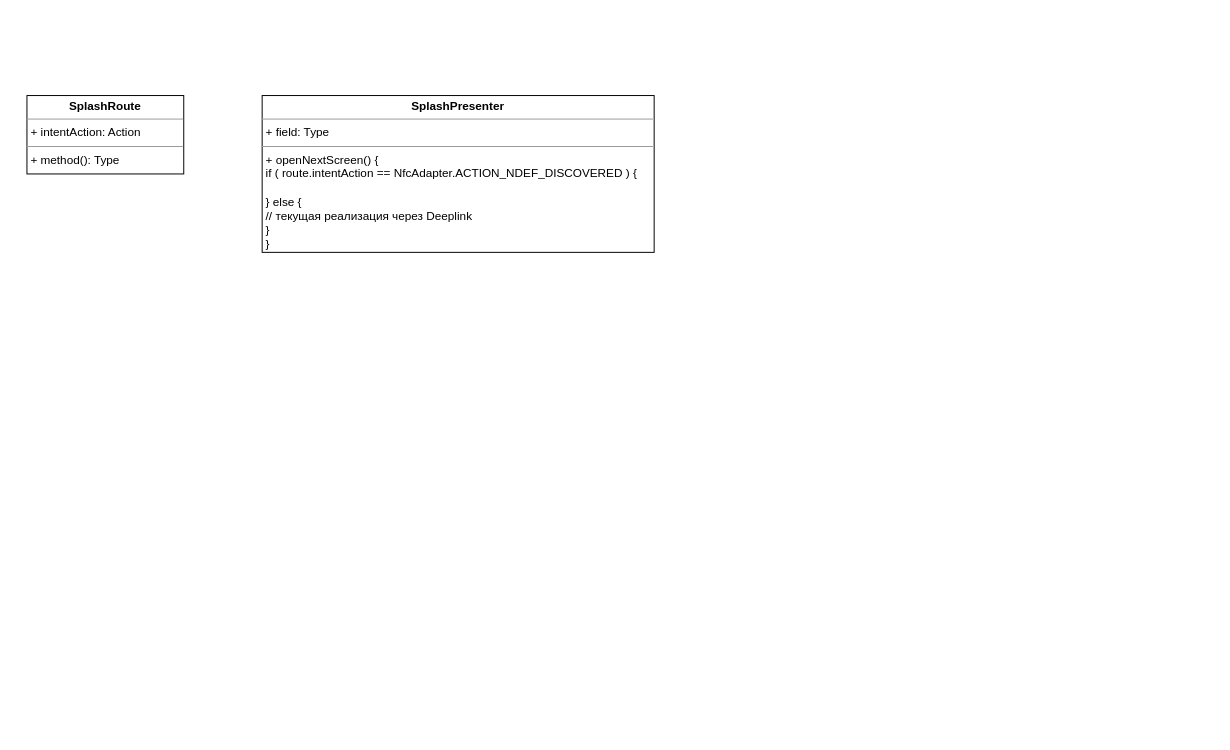
ShiryaevNikolay/diagrams keeps this draw.io diagram as feature/c2b_nfc.drawio. Above is the earlier version. Source tidied: cells renumbered, new cells numbered last; positions are measured from the earlier drawing's top-left corner, leaving out a move shared by most shapes. Both pictures are drawn from the tidied source at 98%, with x=0, y=0 at pixel (26, 95).
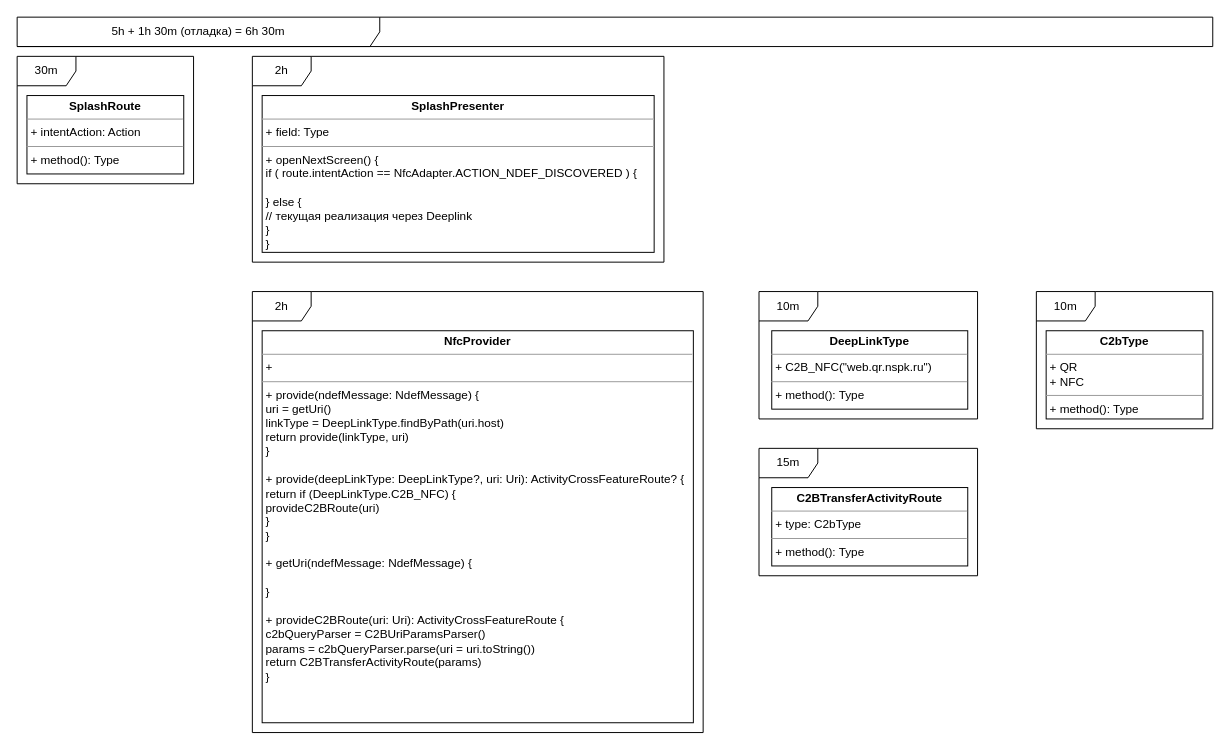
The same diagram, later.

The edit, as a diff of the source:
```diff
@@
 <mxGraphModel>
   <root>
     <mxCell id="0" />
     <mxCell id="1" parent="0" />
     <mxCell id="2" value="&lt;p style=&quot;margin:0px;margin-top:4px;text-align:center;&quot;&gt;&lt;b&gt;SplashRoute&lt;/b&gt;&lt;/p&gt;&lt;hr size=&quot;1&quot;&gt;&lt;p style=&quot;margin:0px;margin-left:4px;&quot;&gt;+ intentAction: Action&lt;br&gt;&lt;/p&gt;&lt;hr size=&quot;1&quot;&gt;&lt;p style=&quot;margin:0px;margin-left:4px;&quot;&gt;+ method(): Type&lt;/p&gt;" style="verticalAlign=top;align=left;overflow=fill;fontSize=12;fontFamily=Helvetica;html=1;" parent="1" vertex="1">
       <mxGeometry width="160" height="80" as="geometry" />
     </mxCell>
     <mxCell id="3" value="&lt;p style=&quot;margin:0px;margin-top:4px;text-align:center;&quot;&gt;&lt;b&gt;SplashPresenter&lt;/b&gt;&lt;/p&gt;&lt;hr size=&quot;1&quot;&gt;&lt;p style=&quot;margin:0px;margin-left:4px;&quot;&gt;+ field: Type&lt;/p&gt;&lt;hr size=&quot;1&quot;&gt;&lt;p style=&quot;margin:0px;margin-left:4px;&quot;&gt;+ openNextScreen() {&lt;/p&gt;&lt;p style=&quot;margin:0px;margin-left:4px;&quot;&gt;if ( route.intentAction == NfcAdapter.ACTION_NDEF_DISCOVERED ) {&lt;/p&gt;&lt;p style=&quot;margin:0px;margin-left:4px;&quot;&gt;&lt;br&gt;&lt;/p&gt;&lt;p style=&quot;margin:0px;margin-left:4px;&quot;&gt;} else { &lt;br&gt;&lt;/p&gt;&lt;p style=&quot;margin:0px;margin-left:4px;&quot;&gt;// текущая реализация через Deeplink&lt;br&gt;&lt;/p&gt;&lt;p style=&quot;margin:0px;margin-left:4px;&quot;&gt;}&lt;br&gt;&lt;/p&gt;&lt;p style=&quot;margin:0px;margin-left:4px;&quot;&gt;}&lt;br&gt;&lt;/p&gt;" style="verticalAlign=top;align=left;overflow=fill;fontSize=12;fontFamily=Helvetica;html=1;" parent="1" vertex="1">
       <mxGeometry x="240" width="400" height="160" as="geometry" />
     </mxCell>
+    <mxCell id="4" value="&lt;p style=&quot;margin:0px;margin-top:4px;text-align:center;&quot;&gt;&lt;b&gt;NfcProvider&lt;/b&gt;&lt;/p&gt;&lt;hr size=&quot;1&quot;&gt;&lt;p style=&quot;margin:0px;margin-left:4px;&quot;&gt;+ &lt;br&gt;&lt;/p&gt;&lt;hr size=&quot;1&quot;&gt;&lt;p style=&quot;margin:0px;margin-left:4px;&quot;&gt;+ provide(ndefMessage: NdefMessage) {&lt;/p&gt;&lt;p style=&quot;margin:0px;margin-left:4px;&quot;&gt;uri = getUri()&lt;br&gt;&lt;/p&gt;&lt;p style=&quot;margin:0px;margin-left:4px;&quot;&gt;linkType = DeepLinkType.findByPath(uri.host)&lt;/p&gt;&lt;p style=&quot;margin:0px;margin-left:4px;&quot;&gt;return provide(linkType, uri)&lt;br&gt;&lt;/p&gt;&lt;p style=&quot;margin:0px;margin-left:4px;&quot;&gt;}&lt;/p&gt;&lt;p style=&quot;margin:0px;margin-left:4px;&quot;&gt;&lt;br&gt;&lt;/p&gt;&lt;p style=&quot;margin:0px;margin-left:4px;&quot;&gt;+ provide(deepLinkType: DeepLinkType?, uri: Uri): ActivityCrossFeatureRoute? {&lt;/p&gt;&lt;p style=&quot;margin:0px;margin-left:4px;&quot;&gt;return if (DeepLinkType.C2B_NFC) {&lt;/p&gt;&lt;p style=&quot;margin:0px;margin-left:4px;&quot;&gt;provideC2BRoute(uri)&lt;/p&gt;&lt;p style=&quot;margin:0px;margin-left:4px;&quot;&gt;}&lt;br&gt;&lt;/p&gt;&lt;p style=&quot;margin:0px;margin-left:4px;&quot;&gt;}&lt;br&gt;&lt;/p&gt;&lt;p style=&quot;margin:0px;margin-left:4px;&quot;&gt;&lt;br&gt;&lt;/p&gt;&lt;p style=&quot;margin:0px;margin-left:4px;&quot;&gt;+ getUri(ndefMessage: NdefMessage) {&lt;/p&gt;&lt;p style=&quot;margin:0px;margin-left:4px;&quot;&gt;&lt;br&gt;&lt;/p&gt;&lt;p style=&quot;margin:0px;margin-left:4px;&quot;&gt;}&lt;/p&gt;&lt;p style=&quot;margin:0px;margin-left:4px;&quot;&gt;&lt;br&gt;&lt;/p&gt;&lt;p style=&quot;margin:0px;margin-left:4px;&quot;&gt;+ provideC2BRoute(uri: Uri): ActivityCrossFeatureRoute {&lt;/p&gt;&lt;p style=&quot;margin:0px;margin-left:4px;&quot;&gt;c2bQueryParser = C2BUriParamsParser()&lt;/p&gt;&lt;p style=&quot;margin:0px;margin-left:4px;&quot;&gt;params = c2bQueryParser.parse(uri = uri.toString())&lt;/p&gt;&lt;p style=&quot;margin:0px;margin-left:4px;&quot;&gt;return C2BTransferActivityRoute(params)&lt;br&gt;&lt;/p&gt;&lt;p style=&quot;margin:0px;margin-left:4px;&quot;&gt;}&lt;br&gt;&lt;/p&gt;" style="verticalAlign=top;align=left;overflow=fill;fontSize=12;fontFamily=Helvetica;html=1;" parent="1" vertex="1">
+      <mxGeometry x="240" y="240" width="440" height="400" as="geometry" />
+    </mxCell>
+    <mxCell id="5" value="&lt;p style=&quot;margin:0px;margin-top:4px;text-align:center;&quot;&gt;&lt;b&gt;DeepLinkType&lt;/b&gt;&lt;/p&gt;&lt;hr size=&quot;1&quot;&gt;&lt;p style=&quot;margin:0px;margin-left:4px;&quot;&gt;+ C2B_NFC(&quot;web.qr.nspk.ru&quot;)&lt;/p&gt;&lt;hr size=&quot;1&quot;&gt;&lt;p style=&quot;margin:0px;margin-left:4px;&quot;&gt;+ method(): Type&lt;/p&gt;" style="verticalAlign=top;align=left;overflow=fill;fontSize=12;fontFamily=Helvetica;html=1;" parent="1" vertex="1">
+      <mxGeometry x="760" y="240" width="200" height="80" as="geometry" />
+    </mxCell>
+    <mxCell id="6" value="&lt;p style=&quot;margin:0px;margin-top:4px;text-align:center;&quot;&gt;&lt;b&gt;C2BTransferActivityRoute&lt;/b&gt;&lt;/p&gt;&lt;hr size=&quot;1&quot;&gt;&lt;p style=&quot;margin:0px;margin-left:4px;&quot;&gt;+ type: C2bType&lt;br&gt;&lt;/p&gt;&lt;hr size=&quot;1&quot;&gt;&lt;p style=&quot;margin:0px;margin-left:4px;&quot;&gt;+ method(): Type&lt;/p&gt;" style="verticalAlign=top;align=left;overflow=fill;fontSize=12;fontFamily=Helvetica;html=1;" parent="1" vertex="1">
+      <mxGeometry x="760" y="400" width="200" height="80" as="geometry" />
+    </mxCell>
+    <mxCell id="7" value="&lt;p style=&quot;margin:0px;margin-top:4px;text-align:center;&quot;&gt;&lt;b&gt;C2bType&lt;/b&gt;&lt;br&gt;&lt;/p&gt;&lt;hr size=&quot;1&quot;&gt;&lt;p style=&quot;margin:0px;margin-left:4px;&quot;&gt;+ QR&lt;/p&gt;&lt;p style=&quot;margin:0px;margin-left:4px;&quot;&gt;+ NFC&lt;br&gt;&lt;/p&gt;&lt;hr size=&quot;1&quot;&gt;&lt;p style=&quot;margin:0px;margin-left:4px;&quot;&gt;+ method(): Type&lt;/p&gt;" style="verticalAlign=top;align=left;overflow=fill;fontSize=12;fontFamily=Helvetica;html=1;" parent="1" vertex="1">
+      <mxGeometry x="1040" y="240" width="160" height="90" as="geometry" />
+    </mxCell>
+    <mxCell id="8" value="30m" style="shape=umlFrame;whiteSpace=wrap;html=1;" parent="1" vertex="1">
+      <mxGeometry x="-10" y="-40" width="180" height="130" as="geometry" />
+    </mxCell>
+    <mxCell id="9" value="2h" style="shape=umlFrame;whiteSpace=wrap;html=1;" parent="1" vertex="1">
+      <mxGeometry x="230" y="-40" width="420" height="210" as="geometry" />
+    </mxCell>
+    <mxCell id="10" value="2h" style="shape=umlFrame;whiteSpace=wrap;html=1;" parent="1" vertex="1">
+      <mxGeometry x="230" y="200" width="460" height="450" as="geometry" />
+    </mxCell>
+    <mxCell id="11" value="10m" style="shape=umlFrame;whiteSpace=wrap;html=1;" parent="1" vertex="1">
+      <mxGeometry x="747" y="200" width="223" height="130" as="geometry" />
+    </mxCell>
+    <mxCell id="12" value="10m" style="shape=umlFrame;whiteSpace=wrap;html=1;" parent="1" vertex="1">
+      <mxGeometry x="1030" y="200" width="180" height="140" as="geometry" />
+    </mxCell>
+    <mxCell id="13" value="15m" style="shape=umlFrame;whiteSpace=wrap;html=1;" parent="1" vertex="1">
+      <mxGeometry x="747" y="360" width="223" height="130" as="geometry" />
+    </mxCell>
+    <mxCell id="14" value="5h + 1h 30m (отладка) = 6h 30m" style="shape=umlFrame;whiteSpace=wrap;html=1;width=370;height=30;" parent="1" vertex="1">
+      <mxGeometry x="-10" y="-80" width="1220" height="30" as="geometry" />
+    </mxCell>
   </root>
 </mxGraphModel>
```
